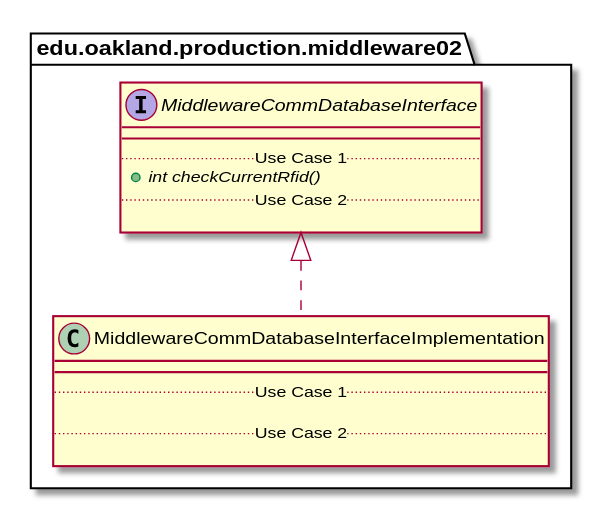
Before: docs/uml-class-diagrams/middleware02/production/MiddlewareCommDatabaseInterfaceImplementation/MiddlewareCommDatabaseInterfaceImplementation_DirectDependencies.svg, a diagram exported from PlantUML (elilley15/csi-3370-software-project).
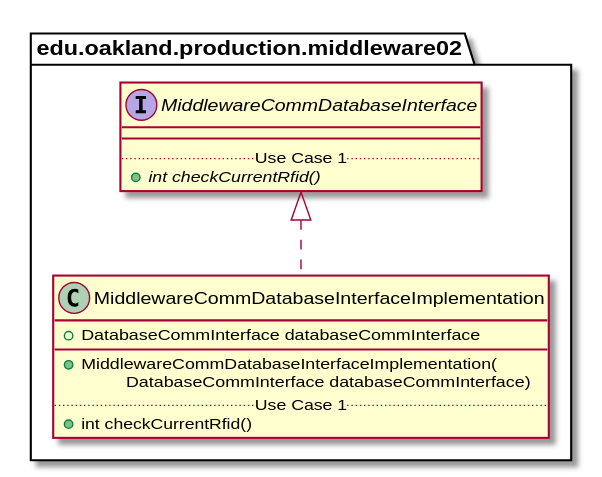
Above is the later version.

What changed in the source:
```diff
@@ -3,11 +3,12 @@
 
 package edu.oakland.production.middleware02 {
     class MiddlewareCommDatabaseInterfaceImplementation {
+        + DatabaseCommInterface databaseCommInterface
         __
+        + MiddlewareCommDatabaseInterfaceImplementation(
+        \tDatabaseCommInterface databaseCommInterface)
         .. Use Case 1 ..
-
-        .. Use Case 2 ..
-
+        + int checkCurrentRfid()
     }
 }
 
@@ -18,8 +19,6 @@
         __
         .. Use Case 1 ..
         {abstract} + int checkCurrentRfid()
-        .. Use Case 2 ..
-
     }
 }
 
```
